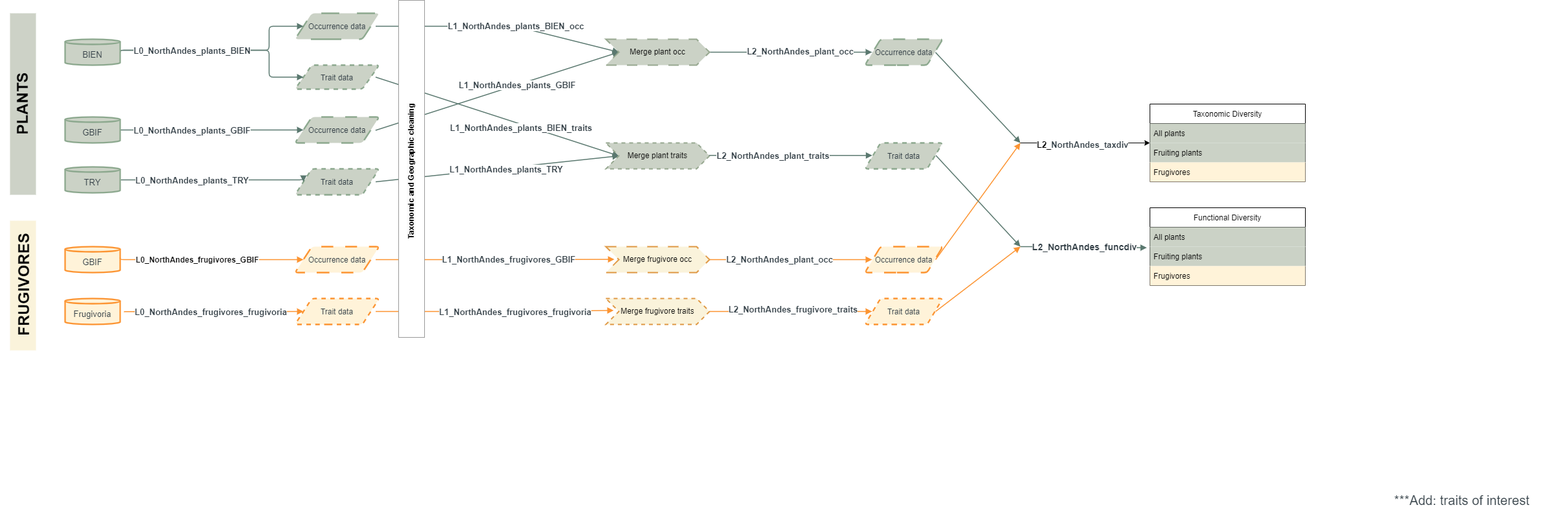
Above: Workflow_diversity_plants_frugivores.drawio.png in bioXgeo/neotropical_plants (draw.io), before the change. Source tidied: cells renumbered, new cells last; positions are measured from the earlier drawing's top-left corner, leaving out a move shared by most shapes.
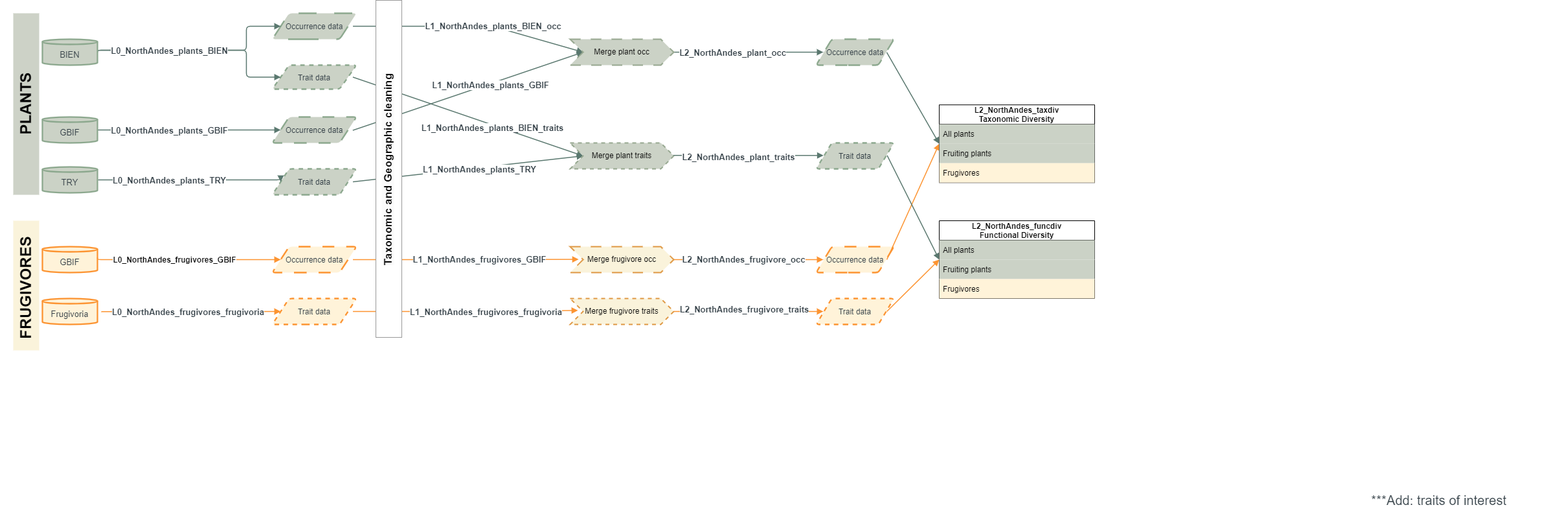
After the change.

The edit, as a diff of the source:
```diff
@@ -3,10 +3,10 @@
     <mxCell id="0" />
     <mxCell id="1" parent="0" />
     <mxCell id="2" style="rounded=0;whiteSpace=wrap;html=1;fillColor=#faf3db;strokeColor=none;" parent="1" vertex="1">
-      <mxGeometry x="40" y="340" width="40" height="200" as="geometry" />
+      <mxGeometry x="80" y="340" width="40" height="200" as="geometry" />
     </mxCell>
     <mxCell id="3" style="rounded=0;whiteSpace=wrap;html=1;fillColor=#cdd2c7;strokeColor=none;" parent="1" vertex="1">
-      <mxGeometry x="40" y="20" width="40" height="280" as="geometry" />
+      <mxGeometry x="80" y="20" width="40" height="280" as="geometry" />
     </mxCell>
     <mxCell id="4" value="***Add: traits of interest" style="html=1;overflow=block;blockSpacing=1;whiteSpace=wrap;fontSize=20.2;fontColor=#323e45;spacing=0;fillColor=#ffffff;strokeWidth=1.5;strokeColor=none;" parent="1" vertex="1">
       <mxGeometry x="2120" y="749" width="324" height="45" as="geometry" />
@@ -132,23 +132,23 @@
       <mxGeometry relative="1" as="geometry" />
     </mxCell>
     <mxCell id="33" value="&lt;font style=&quot;font-size: 12px;&quot;&gt;Occurrence data&lt;/font&gt;" style="html=1;overflow=block;blockSpacing=1;whiteSpace=wrap;shape=parallelogram;perimeter=parallelogramPerimeter;anchorPointDirection=0;fontSize=13;fontColor=#323e45;spacing=3.8;strokeColor=#8ca88e;strokeOpacity=100;rounded=1;absoluteArcSize=1;arcSize=9;fillColor=#CBD2C6;strokeWidth=2.3;dashed=1;dashPattern=8 8;" parent="1" vertex="1">
-      <mxGeometry x="1360" y="60" width="120" height="40" as="geometry" />
+      <mxGeometry x="1320" y="60" width="120" height="40" as="geometry" />
     </mxCell>
     <mxCell id="34" value="&lt;font style=&quot;font-size: 12px;&quot;&gt;Trait data&lt;/font&gt;" style="html=1;overflow=block;blockSpacing=1;whiteSpace=wrap;shape=parallelogram;perimeter=parallelogramPerimeter;anchorPointDirection=0;fontSize=13;fontColor=#323e45;spacing=3.8;strokeColor=#8ca88e;strokeOpacity=100;rounded=1;absoluteArcSize=1;arcSize=9;fillColor=#CBD2C6;strokeWidth=2.3;dashed=1;" parent="1" vertex="1">
-      <mxGeometry x="1360" y="220" width="120" height="40" as="geometry" />
+      <mxGeometry x="1320" y="220" width="120" height="40" as="geometry" />
     </mxCell>
     <mxCell id="35" value="&lt;font style=&quot;font-size: 12px;&quot;&gt;Occurrence data&lt;/font&gt;" style="html=1;overflow=block;blockSpacing=1;whiteSpace=wrap;shape=parallelogram;perimeter=parallelogramPerimeter;anchorPointDirection=0;fontSize=13;fontColor=#323e45;spacing=3.8;strokeColor=#fc9432;strokeOpacity=100;rounded=1;absoluteArcSize=1;arcSize=9;fillColor=#FFF3D9;strokeWidth=2.3;dashed=1;dashPattern=8 8;" parent="1" vertex="1">
-      <mxGeometry x="1360" y="380" width="120" height="40" as="geometry" />
+      <mxGeometry x="1320" y="380" width="120" height="40" as="geometry" />
     </mxCell>
     <mxCell id="36" value="&lt;font style=&quot;font-size: 12px;&quot;&gt;Trait data&lt;/font&gt;" style="html=1;overflow=block;blockSpacing=1;whiteSpace=wrap;shape=parallelogram;perimeter=parallelogramPerimeter;anchorPointDirection=0;fontSize=13;fontColor=#323e45;spacing=3.8;strokeColor=#fc9432;strokeOpacity=100;rounded=1;absoluteArcSize=1;arcSize=9;fillColor=#FFF3D9;strokeWidth=2.3;dashed=1;" parent="1" vertex="1">
-      <mxGeometry x="1360" y="460" width="120" height="40" as="geometry" />
+      <mxGeometry x="1320" y="460" width="120" height="40" as="geometry" />
     </mxCell>
     <mxCell id="37" style="html=1;jettySize=18;whiteSpace=wrap;fontSize=13;strokeColor=#5A786F;strokeWidth=1.5;rounded=0;startArrow=none;endArrow=block;endFill=1;exitX=0.962;exitY=0.48;exitPerimeter=0;entryX=0.094;entryY=0.483;entryPerimeter=0;exitDx=0;exitDy=0;" parent="1" edge="1" source="80" target="34">
       <mxGeometry relative="1" as="geometry" />
     </mxCell>
     <mxCell id="38" value="L2_NorthAndes_plant_traits" style="text;html=1;labelBackgroundColor=default;align=center;verticalAlign=middle;fontStyle=1;fontColor=#323e45;fontSize=13;" parent="37" vertex="1">
       <mxGeometry x="0.13" relative="1" as="geometry">
-        <mxPoint x="-42" as="offset" />
+        <mxPoint x="-29" y="2" as="offset" />
       </mxGeometry>
     </mxCell>
     <mxCell id="39" style="html=1;jettySize=18;whiteSpace=wrap;fontSize=13;strokeColor=#5A786F;strokeWidth=1.5;rounded=0;startArrow=none;endArrow=block;endFill=1;exitX=1;exitY=0.5;entryX=0.091;entryY=0.5;entryPerimeter=0;exitDx=0;exitDy=0;" parent="1" edge="1" source="79" target="33">
@@ -156,7 +156,7 @@
     </mxCell>
     <mxCell id="40" value="L2_NorthAndes_plant_occ" style="text;html=1;labelBackgroundColor=default;align=center;verticalAlign=middle;fontStyle=1;fontColor=#323e45;fontSize=13;" parent="39" vertex="1">
       <mxGeometry relative="1" as="geometry">
-        <mxPoint x="14" y="-2" as="offset" />
+        <mxPoint x="-25" as="offset" />
       </mxGeometry>
     </mxCell>
     <mxCell id="41" style="html=1;jettySize=18;whiteSpace=wrap;fontSize=13;strokeColor=#fc9432;strokeOpacity=100;strokeWidth=1.5;rounded=0;startArrow=none;endArrow=block;endFill=1;exitX=0.761;exitY=0.5;exitPerimeter=0;entryX=0.091;entryY=0.5;entryPerimeter=0;" parent="1" edge="1" source="69" target="35">
@@ -165,36 +165,20 @@
     <mxCell id="42" style="html=1;jettySize=18;whiteSpace=wrap;fontSize=13;strokeColor=#fc9432;strokeOpacity=100;strokeWidth=1.5;rounded=0;startArrow=none;endArrow=block;endFill=1;exitX=0.761;exitY=0.5;exitPerimeter=0;entryX=0.091;entryY=0.5;entryPerimeter=0;" parent="1" edge="1" source="67" target="36">
       <mxGeometry relative="1" as="geometry" />
     </mxCell>
-    <mxCell id="43" style="html=1;jettySize=18;whiteSpace=wrap;fontSize=13;strokeColor=#5A786F;strokeWidth=1.5;rounded=0;startArrow=none;endArrow=block;endFill=1;exitX=0.908;exitY=0.508;exitPerimeter=0;" parent="1" edge="1" source="33">
-      <mxGeometry relative="1" as="geometry">
-        <mxPoint x="1600" y="220" as="targetPoint" />
-      </mxGeometry>
+    <mxCell id="43" style="html=1;jettySize=18;whiteSpace=wrap;fontSize=13;strokeColor=#5A786F;strokeWidth=1.5;rounded=0;startArrow=none;endArrow=block;endFill=1;exitX=0.908;exitY=0.508;exitPerimeter=0;entryX=0;entryY=0.5;entryDx=0;entryDy=0;" parent="1" edge="1" source="33" target="49">
+      <mxGeometry relative="1" as="geometry" />
     </mxCell>
-    <mxCell id="44" style="html=1;jettySize=18;whiteSpace=wrap;fontSize=13;strokeColor=#fc9432;strokeOpacity=100;strokeWidth=1.5;rounded=0;startArrow=none;endArrow=block;endFill=1;exitX=0.909;exitY=0.5;exitPerimeter=0;" parent="1" edge="1" source="35">
-      <mxGeometry relative="1" as="geometry">
-        <mxPoint x="1600" y="220" as="targetPoint" />
-      </mxGeometry>
+    <mxCell id="44" style="html=1;jettySize=18;whiteSpace=wrap;fontSize=13;strokeColor=#fc9432;strokeOpacity=100;strokeWidth=1.5;rounded=0;startArrow=none;endArrow=block;endFill=1;exitX=0.909;exitY=0.5;exitPerimeter=0;entryX=0;entryY=0.5;entryDx=0;entryDy=0;" parent="1" edge="1" source="35" target="49">
+      <mxGeometry relative="1" as="geometry" />
     </mxCell>
-    <mxCell id="45" style="html=1;jettySize=18;whiteSpace=wrap;fontSize=13;strokeColor=#5A786F;strokeWidth=1.5;rounded=0;startArrow=none;endArrow=block;endFill=1;exitX=0.913;exitY=0.483;exitPerimeter=0;" parent="1" edge="1" source="34">
-      <mxGeometry relative="1" as="geometry">
-        <mxPoint x="1600" y="380" as="targetPoint" />
-      </mxGeometry>
+    <mxCell id="45" style="html=1;jettySize=18;whiteSpace=wrap;fontSize=13;strokeColor=#5A786F;strokeWidth=1.5;rounded=0;startArrow=none;endArrow=block;endFill=1;exitX=0.913;exitY=0.483;exitPerimeter=0;entryX=0;entryY=0.5;entryDx=0;entryDy=0;" parent="1" edge="1" source="34" target="53">
+      <mxGeometry relative="1" as="geometry" />
     </mxCell>
-    <mxCell id="46" style="html=1;jettySize=18;whiteSpace=wrap;fontSize=13;strokeColor=#fc9432;strokeOpacity=100;strokeWidth=1.5;rounded=0;startArrow=none;endArrow=block;endFill=1;exitX=0.909;exitY=0.5;exitPerimeter=0;" parent="1" edge="1" source="36">
-      <mxGeometry relative="1" as="geometry">
-        <mxPoint x="1600" y="380" as="targetPoint" />
-      </mxGeometry>
+    <mxCell id="46" style="html=1;jettySize=18;whiteSpace=wrap;fontSize=13;strokeColor=#fc9432;strokeOpacity=100;strokeWidth=1.5;rounded=0;startArrow=none;endArrow=block;endFill=1;exitX=0.909;exitY=0.5;exitPerimeter=0;entryX=0;entryY=0.5;entryDx=0;entryDy=0;" parent="1" edge="1" source="36" target="53">
+      <mxGeometry relative="1" as="geometry" />
     </mxCell>
-    <mxCell id="47" style="html=1;jettySize=18;whiteSpace=wrap;fontSize=13;strokeColor=#5A786F;strokeWidth=1.5;rounded=1;arcSize=12;edgeStyle=orthogonalEdgeStyle;startArrow=none;endArrow=block;endFill=1;entryX=-0.02;entryY=0.053;entryDx=0;entryDy=0;entryPerimeter=0;" parent="1" edge="1" target="55">
-      <mxGeometry relative="1" as="geometry">
-        <mxPoint x="1600" y="380" as="sourcePoint" />
-      </mxGeometry>
-    </mxCell>
-    <mxCell id="48" value="&lt;font style=&quot;font-size: 14px;&quot;&gt;L2_NorthAndes_funcdiv&lt;/font&gt;" style="text;html=1;labelBackgroundColor=default;align=center;verticalAlign=middle;fontStyle=1;fontColor=#323e45;fontSize=13;" parent="47" vertex="1">
-      <mxGeometry relative="1" as="geometry" />
-    </mxCell>
-    <mxCell id="49" value="Taxonomic Diversity" style="swimlane;fontStyle=0;horizontal=1;startSize=30;fillColor=#FFFFFF;" parent="1" vertex="1">
-      <mxGeometry x="1800" y="160" width="240" height="120" as="geometry" />
+    <mxCell id="49" value="L2_NorthAndes_taxdiv&#10;Taxonomic Diversity" style="swimlane;fontStyle=1;horizontal=1;startSize=30;fillColor=#FFFFFF;" parent="1" vertex="1">
+      <mxGeometry x="1510" y="161.2" width="240" height="120" as="geometry" />
     </mxCell>
     <mxCell id="50" value="All plants" style="text;strokeColor=none;fillColor=#CBD2C6;align=left;verticalAlign=middle;spacingLeft=4;spacingRight=4;overflow=hidden;" parent="49" vertex="1">
       <mxGeometry y="30" width="240" height="30" as="geometry" />
@@ -205,8 +189,8 @@
     <mxCell id="52" value="Frugivores" style="text;strokeColor=none;fillColor=#FFF3D9;align=left;verticalAlign=middle;spacingLeft=4;spacingRight=4;overflow=hidden;" parent="49" vertex="1">
       <mxGeometry y="90" width="240" height="30" as="geometry" />
     </mxCell>
-    <mxCell id="53" value="Functional Diversity" style="swimlane;fontStyle=0;horizontal=1;startSize=30;" parent="1" vertex="1">
-      <mxGeometry x="1800" y="320" width="240" height="120" as="geometry" />
+    <mxCell id="53" value="L2_NorthAndes_funcdiv&#10;Functional Diversity" style="swimlane;fontStyle=1;horizontal=1;startSize=30;" parent="1" vertex="1">
+      <mxGeometry x="1510" y="340" width="240" height="120" as="geometry" />
     </mxCell>
     <mxCell id="54" value="All plants" style="text;strokeColor=none;fillColor=#CBD2C6;align=left;verticalAlign=middle;spacingLeft=4;spacingRight=4;overflow=hidden;" parent="53" vertex="1">
       <mxGeometry y="30" width="240" height="30" as="geometry" />
@@ -217,16 +201,6 @@
     <mxCell id="56" value="Frugivores" style="text;strokeColor=none;fillColor=#FFF3D9;align=left;verticalAlign=middle;spacingLeft=4;spacingRight=4;overflow=hidden;" parent="53" vertex="1">
       <mxGeometry y="90" width="240" height="30" as="geometry" />
     </mxCell>
-    <mxCell id="57" style="endArrow=classic;html=1;rounded=0;entryX=0;entryY=0.5;entryDx=0;entryDy=0;" parent="1" edge="1" target="49">
-      <mxGeometry relative="1" as="geometry">
-        <mxPoint x="1600" y="220" as="sourcePoint" />
-      </mxGeometry>
-    </mxCell>
-    <mxCell id="58" value="&lt;b style=&quot;font-size: 13px;&quot;&gt;&lt;font style=&quot;font-size: 13px;&quot;&gt;L2_&lt;span style=&quot;color: rgb(50, 62, 69);&quot;&gt;NorthAndes&lt;/span&gt;&lt;span style=&quot;color: rgb(50, 62, 69);&quot;&gt;_taxdiv&lt;/span&gt;&lt;/font&gt;&lt;/b&gt;" style="edgeLabel;html=1;align=center;verticalAlign=middle;" parent="57" vertex="1">
-      <mxGeometry x="-0.2" y="-5" relative="1" as="geometry">
-        <mxPoint x="15" y="-3" as="offset" />
-      </mxGeometry>
-    </mxCell>
     <mxCell id="59" value="GBIF" style="html=1;overflow=block;blockSpacing=1;whiteSpace=wrap;shape=cylinder3;size=4;anchorPointDirection=0;boundedLbl=1;fontSize=13;fontColor=#323e45;spacing=3.8;strokeColor=#fc9432;strokeOpacity=100;fillOpacity=100;rounded=1;absoluteArcSize=1;arcSize=9;fillColor=#fff3d9;strokeWidth=2.3;" parent="1" vertex="1">
       <mxGeometry x="125" y="380" width="85" height="40" as="geometry" />
     </mxCell>
@@ -240,27 +214,27 @@
       <mxGeometry relative="1" as="geometry" />
     </mxCell>
     <mxCell id="63" value="L1_NorthAndes_frugivores_GBIF" style="text;html=1;labelBackgroundColor=default;align=center;verticalAlign=middle;fontStyle=1;fontColor=#323e45;fontSize=13;" parent="1" vertex="1">
-      <mxGeometry x="810" y="400" as="geometry" />
+      <mxGeometry x="800" y="400" as="geometry" />
     </mxCell>
     <mxCell id="64" style="html=1;jettySize=18;whiteSpace=wrap;fontSize=13;strokeColor=#fc9432;strokeOpacity=100;strokeWidth=1.5;rounded=0;startArrow=none;endArrow=none;endFill=1;exitX=0.958;exitY=0.5;exitPerimeter=0;entryX=0.014;entryY=0.956;entryDx=0;entryDy=0;entryPerimeter=0;" parent="1" edge="1" source="18" target="65">
       <mxGeometry relative="1" as="geometry" />
     </mxCell>
     <mxCell id="65" value="L1_NorthAndes_frugivores_frugivoria" style="text;html=1;labelBackgroundColor=default;align=center;verticalAlign=middle;fontStyle=1;fontColor=#323e45;fontSize=13;" parent="1" vertex="1">
-      <mxGeometry x="820" y="480" as="geometry" />
+      <mxGeometry x="810" y="480" as="geometry" />
     </mxCell>
     <mxCell id="66" style="html=1;jettySize=18;whiteSpace=wrap;fontSize=13;strokeColor=#fc9432;strokeOpacity=100;strokeWidth=1.5;rounded=0;startArrow=none;endArrow=none;endFill=1;exitX=1;exitY=0.5;entryX=0.091;entryY=0.5;entryPerimeter=0;exitDx=0;exitDy=0;" parent="1" edge="1" source="82" target="67">
       <mxGeometry relative="1" as="geometry" />
     </mxCell>
     <mxCell id="67" value="L2_NorthAndes_frugivore_traits" style="text;html=1;labelBackgroundColor=default;align=center;verticalAlign=middle;fontStyle=1;fontColor=#323e45;fontSize=13;" parent="1" vertex="1">
-      <mxGeometry x="1250" y="480" as="geometry">
+      <mxGeometry x="1210" y="480" as="geometry">
         <mxPoint x="-1" y="-3" as="offset" />
       </mxGeometry>
     </mxCell>
     <mxCell id="68" style="html=1;jettySize=18;whiteSpace=wrap;fontSize=13;strokeColor=#fc9432;strokeOpacity=100;strokeWidth=1.5;rounded=0;startArrow=none;endArrow=none;endFill=1;exitX=1;exitY=0.5;entryX=0.091;entryY=0.5;entryPerimeter=0;exitDx=0;exitDy=0;" parent="1" edge="1" source="81" target="69">
       <mxGeometry relative="1" as="geometry" />
     </mxCell>
-    <mxCell id="69" value="L2_NorthAndes_plant_occ" style="text;html=1;labelBackgroundColor=default;align=center;verticalAlign=middle;fontStyle=1;fontColor=#323e45;fontSize=13;" parent="1" vertex="1">
-      <mxGeometry x="1200" y="400" as="geometry">
+    <mxCell id="69" value="L2_NorthAndes_frugivore_occ" style="text;html=1;labelBackgroundColor=default;align=center;verticalAlign=middle;fontStyle=1;fontColor=#323e45;fontSize=13;" parent="1" vertex="1">
+      <mxGeometry x="1180" y="400" as="geometry">
         <mxPoint x="28" as="offset" />
       </mxGeometry>
     </mxCell>
@@ -287,28 +261,28 @@
       </mxGeometry>
     </mxCell>
     <mxCell id="75" value="&lt;h1&gt;PLANTS&lt;/h1&gt;" style="text;html=1;align=center;verticalAlign=middle;strokeColor=none;fillColor=none;rotation=-90;" parent="1" vertex="1">
-      <mxGeometry y="125" width="120" height="70" as="geometry" />
+      <mxGeometry x="40" y="125" width="120" height="70" as="geometry" />
     </mxCell>
-    <mxCell id="76" value="&lt;h1 style=&quot;border-color: var(--border-color); color: rgb(0, 0, 0); font-family: Helvetica; font-style: normal; font-variant-ligatures: normal; font-variant-caps: normal; letter-spacing: normal; orphans: 2; text-align: center; text-indent: 0px; text-transform: none; widows: 2; word-spacing: 0px; -webkit-text-stroke-width: 0px; text-decoration-thickness: initial; text-decoration-style: initial; text-decoration-color: initial;&quot;&gt;FRUGIVORES&lt;/h1&gt;" style="text;whiteSpace=wrap;html=1;rotation=-90;fillColor=none;labelBackgroundColor=none;" parent="1" vertex="1">
-      <mxGeometry y="415" width="130" height="80" as="geometry" />
+    <mxCell id="76" value="&lt;h1 style=&quot;border-color: var(--border-color); color: rgb(0, 0, 0); font-family: Helvetica; font-style: normal; font-variant-ligatures: normal; font-variant-caps: normal; letter-spacing: normal; orphans: 2; text-align: center; text-indent: 0px; text-transform: none; widows: 2; word-spacing: 0px; -webkit-text-stroke-width: 0px; text-decoration-thickness: initial; text-decoration-style: initial; text-decoration-color: initial;&quot;&gt;FRUGIVORES&lt;/h1&gt;" style="text;whiteSpace=wrap;html=1;rotation=-90;fillColor=none;labelBackgroundColor=none;verticalAlign=middle;" parent="1" vertex="1">
+      <mxGeometry x="35" y="420" width="130" height="80" as="geometry" />
     </mxCell>
     <mxCell id="77" style="rounded=0;whiteSpace=wrap;html=1;labelBorderColor=#000000;strokeColor=#999999;" parent="1" vertex="1">
       <mxGeometry x="640" width="40" height="520" as="geometry" />
     </mxCell>
-    <mxCell id="78" value="&lt;span style=&quot;color: rgb(0, 0, 0); font-family: Helvetica; font-size: 12px; font-style: normal; font-variant-ligatures: normal; font-variant-caps: normal; letter-spacing: normal; orphans: 2; text-align: center; text-indent: 0px; text-transform: none; widows: 2; word-spacing: 0px; -webkit-text-stroke-width: 0px; background-color: rgb(251, 251, 251); text-decoration-thickness: initial; text-decoration-style: initial; text-decoration-color: initial; float: none; display: inline !important;&quot;&gt;Taxonomic and Geographic cleaning&lt;/span&gt;" style="text;whiteSpace=wrap;html=1;rotation=-90;verticalAlign=middle;fontStyle=1;" parent="1" vertex="1">
-      <mxGeometry x="545" y="235" width="230" height="40" as="geometry" />
+    <mxCell id="78" value="&lt;span style=&quot;color: rgb(0, 0, 0); font-family: Helvetica; font-size: 17px; font-style: normal; font-variant-ligatures: normal; font-variant-caps: normal; letter-spacing: normal; orphans: 2; text-indent: 0px; text-transform: none; widows: 2; word-spacing: 0px; -webkit-text-stroke-width: 0px; background-color: rgb(251, 251, 251); text-decoration-thickness: initial; text-decoration-style: initial; text-decoration-color: initial; float: none; display: inline !important;&quot;&gt;Taxonomic and Geographic cleaning&lt;/span&gt;" style="text;whiteSpace=wrap;html=1;rotation=-90;verticalAlign=middle;fontStyle=1;fontSize=17;align=center;" parent="1" vertex="1">
+      <mxGeometry x="403.8" y="241.2" width="512.5" height="40" as="geometry" />
     </mxCell>
     <mxCell id="79" value="Merge plant occ" style="shape=step;perimeter=stepPerimeter;whiteSpace=wrap;html=1;fixedSize=1;fillColor=#CBD2C6;strokeColor=#96a78f;dashed=1;dashPattern=8 8;strokeWidth=2;" parent="1" vertex="1">
-      <mxGeometry x="960" y="60" width="160" height="40" as="geometry" />
+      <mxGeometry x="940" y="60" width="160" height="40" as="geometry" />
     </mxCell>
     <mxCell id="80" value="Merge plant traits" style="shape=step;perimeter=stepPerimeter;whiteSpace=wrap;html=1;fixedSize=1;fillColor=#CBD2C6;strokeColor=#96a78f;dashed=1;strokeWidth=2;" parent="1" vertex="1">
-      <mxGeometry x="960" y="220" width="160" height="40" as="geometry" />
+      <mxGeometry x="940" y="220" width="160" height="40" as="geometry" />
     </mxCell>
     <mxCell id="81" value="Merge frugivore occ" style="shape=step;perimeter=stepPerimeter;whiteSpace=wrap;html=1;fixedSize=1;fillColor=#faf3db;strokeColor=#df9844;strokeWidth=2;dashed=1;dashPattern=8 8;" parent="1" vertex="1">
-      <mxGeometry x="960" y="380" width="160" height="40" as="geometry" />
+      <mxGeometry x="940" y="380" width="160" height="40" as="geometry" />
     </mxCell>
     <mxCell id="82" value="Merge frugivore traits" style="shape=step;perimeter=stepPerimeter;whiteSpace=wrap;html=1;fixedSize=1;fillColor=#faf3db;strokeColor=#df9844;strokeWidth=2;dashed=1;" parent="1" vertex="1">
-      <mxGeometry x="960" y="460" width="160" height="40" as="geometry" />
+      <mxGeometry x="940" y="460" width="160" height="40" as="geometry" />
     </mxCell>
   </root>
 </mxGraphModel>
```
